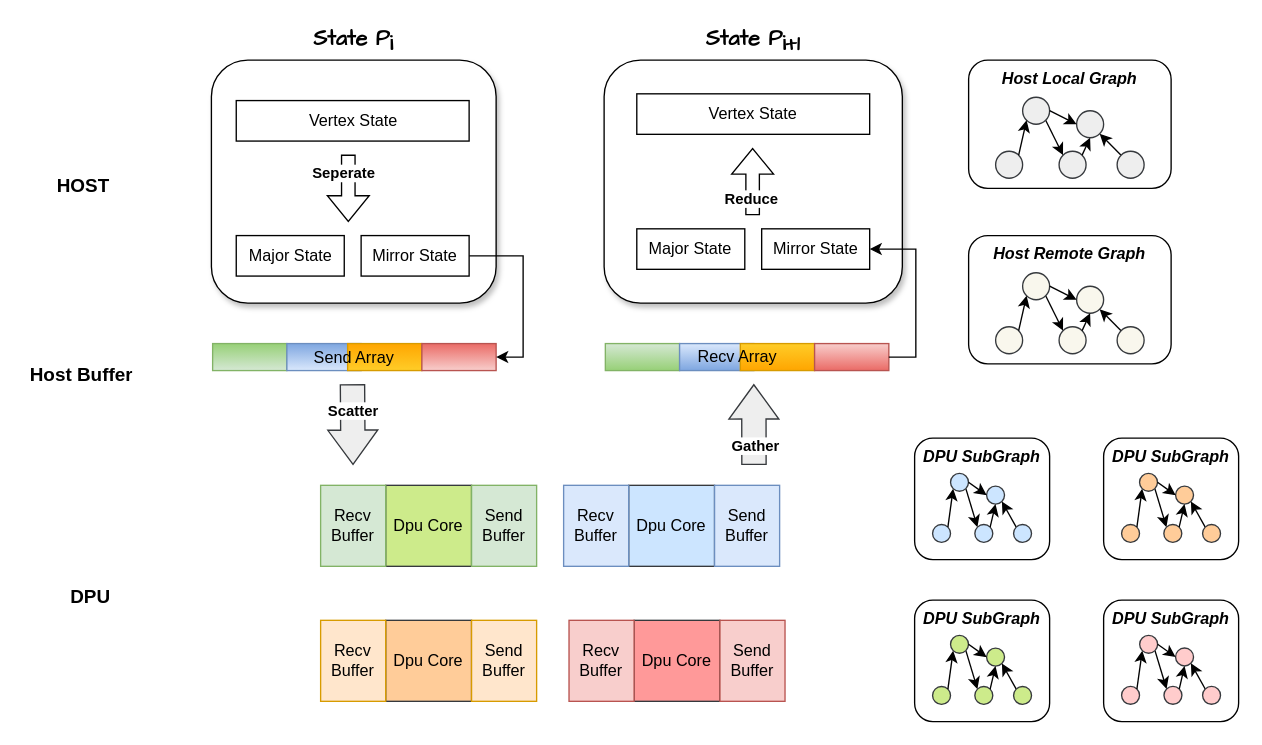
cnissnzg/picture keeps this draw.io diagram as p2.drawio. Above is the earlier version. Source tidied: cells renumbered, new cells numbered last; positions are measured from the earlier drawing's top-left corner, leaving out a move shared by most shapes. Both pictures are drawn from the tidied source at 135%, with x=0, y=0 at pixel (23, 59).
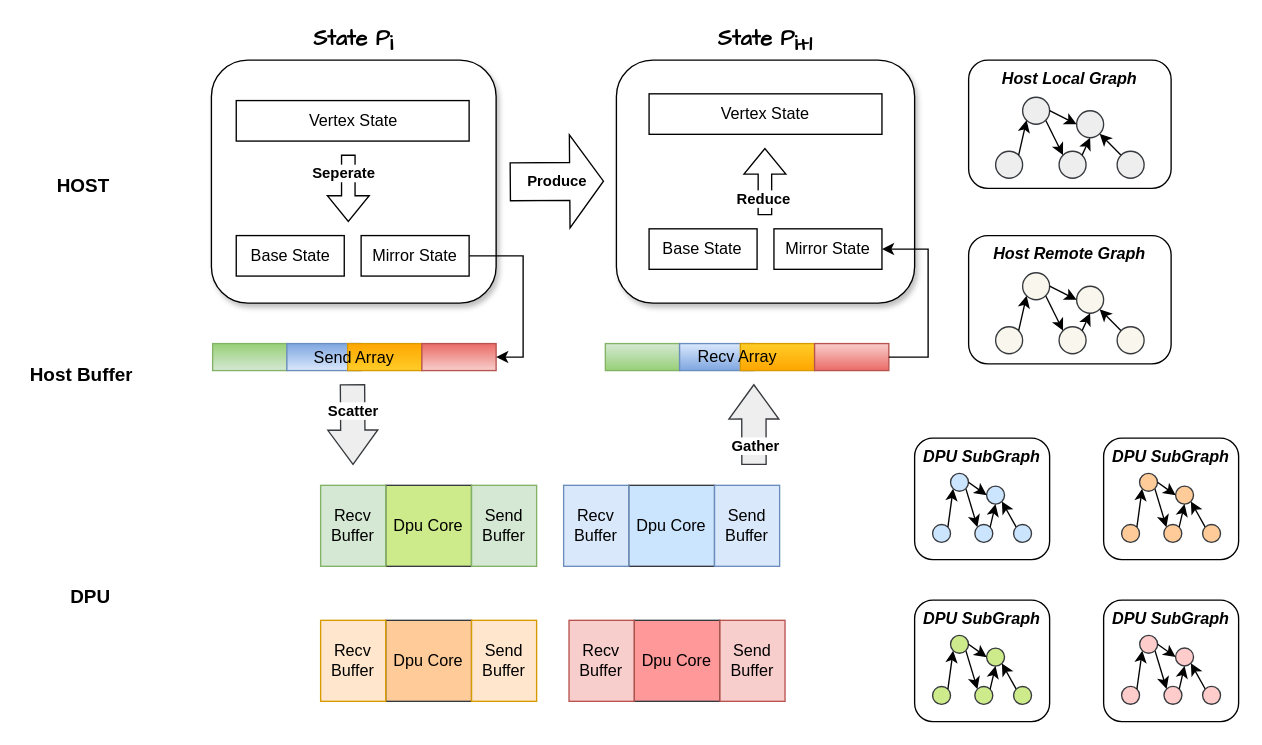
Above is the later version.

The change refers to these unchanged cells:
```xml
<mxCell id="41" style="rounded=0;whiteSpace=wrap;html=1;fillColor=#f8cecc;strokeColor=#b85450;fillStyle=auto;gradientColor=#ea6b66;gradientDirection=south;direction=east;" parent="37" vertex="1">
  <mxGeometry x="155" y="7.5" width="55" height="20" as="geometry" />
</mxCell>
```

Change to the diagram source:
```diff
@@
     <mxCell id="23" value="&lt;div style=&quot;text-align: left; font-size: 16px;&quot;&gt;&lt;span style=&quot;background-color: initial; font-size: 16px;&quot;&gt;State P&lt;/span&gt;&lt;sub style=&quot;background-color: initial; font-size: 16px;&quot;&gt;i+1&lt;/sub&gt;&lt;/div&gt;" style="rounded=1;whiteSpace=wrap;html=1;labelPosition=center;verticalLabelPosition=top;align=center;verticalAlign=bottom;fontFamily=Comic Sans MS;fontSize=16;fontStyle=1;shadow=1;" parent="1" vertex="1">
-      <mxGeometry x="430" width="220.9" height="180" as="geometry" />
+      <mxGeometry x="439.1" width="220.9" height="180" as="geometry" />
     </mxCell>
@@
-    <mxCell id="25" value="Major State" style="rounded=0;whiteSpace=wrap;html=1;" parent="1" vertex="1">
+    <mxCell id="25" value="Base State" style="rounded=0;whiteSpace=wrap;html=1;" parent="1" vertex="1">
       <mxGeometry x="157.5" y="130" width="80" height="30" as="geometry" />
     </mxCell>
@@
     <mxCell id="34" value="Vertex State" style="rounded=0;whiteSpace=wrap;html=1;" parent="1" vertex="1">
-      <mxGeometry x="454.2" y="25" width="172.5" height="30" as="geometry" />
+      <mxGeometry x="463.3" y="25" width="172.5" height="30" as="geometry" />
     </mxCell>
-    <mxCell id="35" value="Major State" style="rounded=0;whiteSpace=wrap;html=1;" parent="1" vertex="1">
-      <mxGeometry x="454.2" y="125" width="80" height="30" as="geometry" />
+    <mxCell id="35" value="Base&amp;nbsp;State" style="rounded=0;whiteSpace=wrap;html=1;" parent="1" vertex="1">
+      <mxGeometry x="463.3" y="125" width="80" height="30" as="geometry" />
     </mxCell>
     <mxCell id="36" value="Mirror State" style="rounded=0;whiteSpace=wrap;html=1;" parent="1" vertex="1">
-      <mxGeometry x="546.7" y="125" width="80" height="30" as="geometry" />
+      <mxGeometry x="555.8" y="125" width="80" height="30" as="geometry" />
     </mxCell>
@@
     <mxCell id="43" style="edgeStyle=orthogonalEdgeStyle;rounded=0;jettySize=auto;html=1;exitX=1;exitY=0.5;exitDx=0;exitDy=0;entryX=1;entryY=0.5;entryDx=0;entryDy=0;" parent="1" edge="1" source="41" target="36">
-      <mxGeometry relative="1" as="geometry" />
+      <mxGeometry relative="1" as="geometry">
+        <Array as="points">
+          <mxPoint x="670" y="220" />
+          <mxPoint x="670" y="140" />
+        </Array>
+      </mxGeometry>
     </mxCell>
     <mxCell id="44" style="shape=flexArrow;endArrow=classic;html=1;rounded=0;" parent="1" edge="1">
       <mxGeometry relative="1" as="geometry">
-        <mxPoint x="540" y="115" as="sourcePoint" />
-        <mxPoint x="540" y="65" as="targetPoint" />
+        <mxPoint x="549.1" y="115" as="sourcePoint" />
+        <mxPoint x="549.1" y="65" as="targetPoint" />
       </mxGeometry>
     </mxCell>
@@
+    <mxCell id="118" value="&lt;b&gt;Produce&lt;/b&gt;" style="shape=flexArrow;endArrow=classic;html=1;rounded=0;endWidth=40;endSize=8;width=28;" parent="1" edge="1">
+      <mxGeometry relative="1" as="geometry">
+        <mxPoint x="360" y="90.2" as="sourcePoint" />
+        <mxPoint x="430" y="89.7" as="targetPoint" />
+      </mxGeometry>
+    </mxCell>
```
